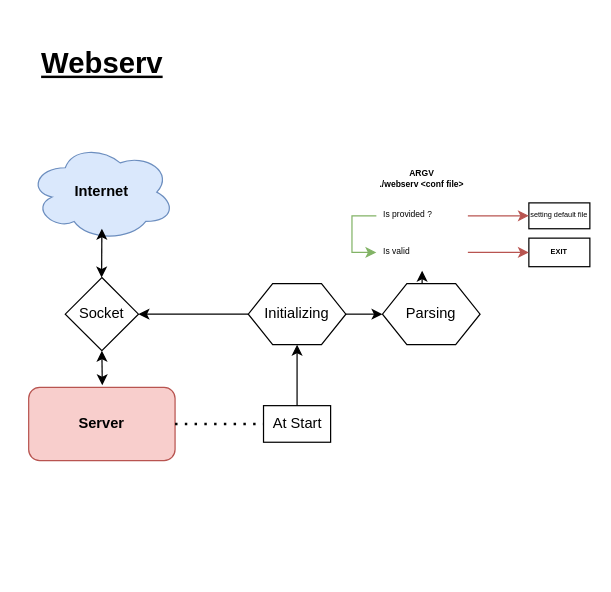
chabrune/Webserv keeps this draw.io diagram as webserv.drawio. Above is the earlier version. Source tidied: cells renumbered, new cells numbered last; positions are measured from the earlier drawing's top-left corner, leaving out a move shared by most shapes. Both pictures are drawn from the tidied source at 122%, with x=0, y=0 at pixel (28, 21).
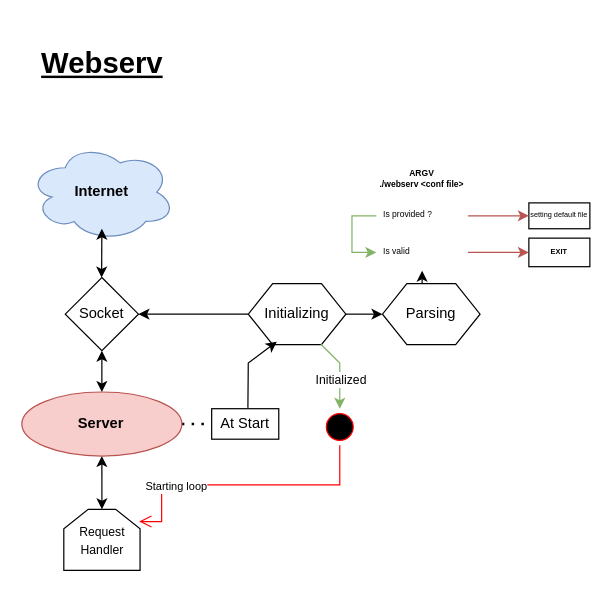
The same diagram, later.

Unchanged cells that the change refers to:
```xml
<mxCell id="3" value="Socket" style="rhombus;whiteSpace=wrap;html=1;" parent="1" vertex="1">
  <mxGeometry x="30" y="210" width="60" height="60" as="geometry" />
</mxCell>
<mxCell id="9" value="Initializing" style="shape=hexagon;perimeter=hexagonPerimeter2;whiteSpace=wrap;html=1;fixedSize=1;" parent="1" vertex="1">
  <mxGeometry x="180" y="215" width="80" height="50" as="geometry" />
</mxCell>
```

What changed in the source:
```diff
@@
-    <mxCell id="2" value="&lt;b&gt;Server&lt;/b&gt;" style="rounded=1;whiteSpace=wrap;html=1;fillColor=#f8cecc;strokeColor=#b85450;" parent="1" vertex="1">
-      <mxGeometry y="300" width="120" height="60" as="geometry" />
-    </mxCell>
@@
-    <mxCell id="4" style="endArrow=classic;startArrow=classic;html=1;rounded=0;entryX=0.5;entryY=1;entryDx=0;entryDy=0;exitX=0.503;exitY=-0.029;exitDx=0;exitDy=0;exitPerimeter=0;" parent="1" edge="1" source="2" target="3">
+    <mxCell id="4" style="endArrow=classic;startArrow=classic;html=1;rounded=0;entryX=0.5;entryY=1;entryDx=0;entryDy=0;exitX=0.5;exitY=0;exitDx=0;exitDy=0;" parent="1" edge="1" source="2" target="3">
       <mxGeometry relative="1" as="geometry" />
     </mxCell>
@@
     <mxCell id="10" value="At Start" style="rounded=0;whiteSpace=wrap;html=1;" parent="1" vertex="1">
-      <mxGeometry x="192.5" y="315" width="55" height="30" as="geometry" />
+      <mxGeometry x="150" y="317.5" width="55" height="25" as="geometry" />
     </mxCell>
@@
-    <mxCell id="12" style="endArrow=classic;html=1;rounded=0;exitX=0.5;exitY=0;exitDx=0;exitDy=0;entryX=0.5;entryY=1;entryDx=0;entryDy=0;" parent="1" edge="1" source="10" target="9">
-      <mxGeometry relative="1" as="geometry" />
+    <mxCell id="12" style="endArrow=classic;html=1;rounded=0;exitX=0.54;exitY=-0.027;exitDx=0;exitDy=0;entryX=0.293;entryY=0.951;entryDx=0;entryDy=0;entryPerimeter=0;exitPerimeter=0;" parent="1" edge="1" source="10" target="9">
+      <mxGeometry relative="1" as="geometry">
+        <Array as="points">
+          <mxPoint x="180" y="280" />
+        </Array>
+      </mxGeometry>
     </mxCell>
@@
+    <mxCell id="24" style="endArrow=classic;html=1;rounded=0;exitX=0.744;exitY=0.993;exitDx=0;exitDy=0;exitPerimeter=0;entryX=0.5;entryY=0;entryDx=0;entryDy=0;fillColor=#d5e8d4;strokeColor=#82b366;" parent="1" edge="1" source="9" target="26">
+      <mxGeometry relative="1" as="geometry">
+        <Array as="points">
+          <mxPoint x="255" y="280" />
+        </Array>
+      </mxGeometry>
+    </mxCell>
+    <mxCell id="25" value="&lt;font style=&quot;font-size: 10px;&quot;&gt;Initialized&lt;/font&gt;" style="edgeLabel;html=1;align=center;verticalAlign=middle;" parent="24" vertex="1">
+      <mxGeometry x="0.17" relative="1" as="geometry" />
+    </mxCell>
+    <mxCell id="26" style="ellipse;html=1;shape=startState;fillColor=#000000;strokeColor=#ff0000;" parent="1" vertex="1">
+      <mxGeometry x="240" y="317.5" width="30" height="30" as="geometry" />
+    </mxCell>
+    <mxCell id="27" style="edgeStyle=orthogonalEdgeStyle;html=1;verticalAlign=bottom;endArrow=open;endSize=8;strokeColor=#ff0000;rounded=0;entryX=0.988;entryY=0.2;entryDx=0;entryDy=0;entryPerimeter=0;" parent="1" edge="1" source="26" target="29">
+      <mxGeometry relative="1" as="geometry">
+        <Array as="points">
+          <mxPoint x="255" y="380" />
+          <mxPoint x="109" y="380" />
+        </Array>
+      </mxGeometry>
+    </mxCell>
+    <mxCell id="28" value="&lt;div style=&quot;font-size: 10px;&quot;&gt;&lt;font style=&quot;font-size: 9px;&quot;&gt;Starting loop&lt;/font&gt;&lt;/div&gt;" style="edgeLabel;html=1;align=center;verticalAlign=middle;" parent="27" vertex="1">
+      <mxGeometry x="0.47" relative="1" as="geometry" />
+    </mxCell>
+    <mxCell id="29" value="&lt;font style=&quot;font-size: 10px;&quot;&gt;Request Handler&lt;/font&gt;" style="shape=loopLimit;whiteSpace=wrap;html=1;" parent="1" vertex="1">
+      <mxGeometry x="28.8" y="400" width="62.5" height="50" as="geometry" />
+    </mxCell>
+    <mxCell id="30" style="endArrow=classic;startArrow=classic;html=1;rounded=0;entryX=0.5;entryY=1;entryDx=0;entryDy=0;exitX=0.5;exitY=0;exitDx=0;exitDy=0;" parent="1" edge="1" source="29" target="2">
+      <mxGeometry relative="1" as="geometry" />
+    </mxCell>
+    <mxCell id="2" value="&lt;div&gt;&lt;b&gt;Server&lt;/b&gt;&lt;/div&gt;" style="ellipse;whiteSpace=wrap;html=1;align=center;newEdgeStyle={&quot;edgeStyle&quot;:&quot;entityRelationEdgeStyle&quot;,&quot;startArrow&quot;:&quot;none&quot;,&quot;endArrow&quot;:&quot;none&quot;,&quot;segment&quot;:10,&quot;curved&quot;:1,&quot;sourcePerimeterSpacing&quot;:0,&quot;targetPerimeterSpacing&quot;:0};fillColor=#f8cecc;strokeColor=#b85450;" parent="1" vertex="1">
+      <mxGeometry x="-5.6" y="303.8" width="131.2" height="52.5" as="geometry" />
+    </mxCell>
```
